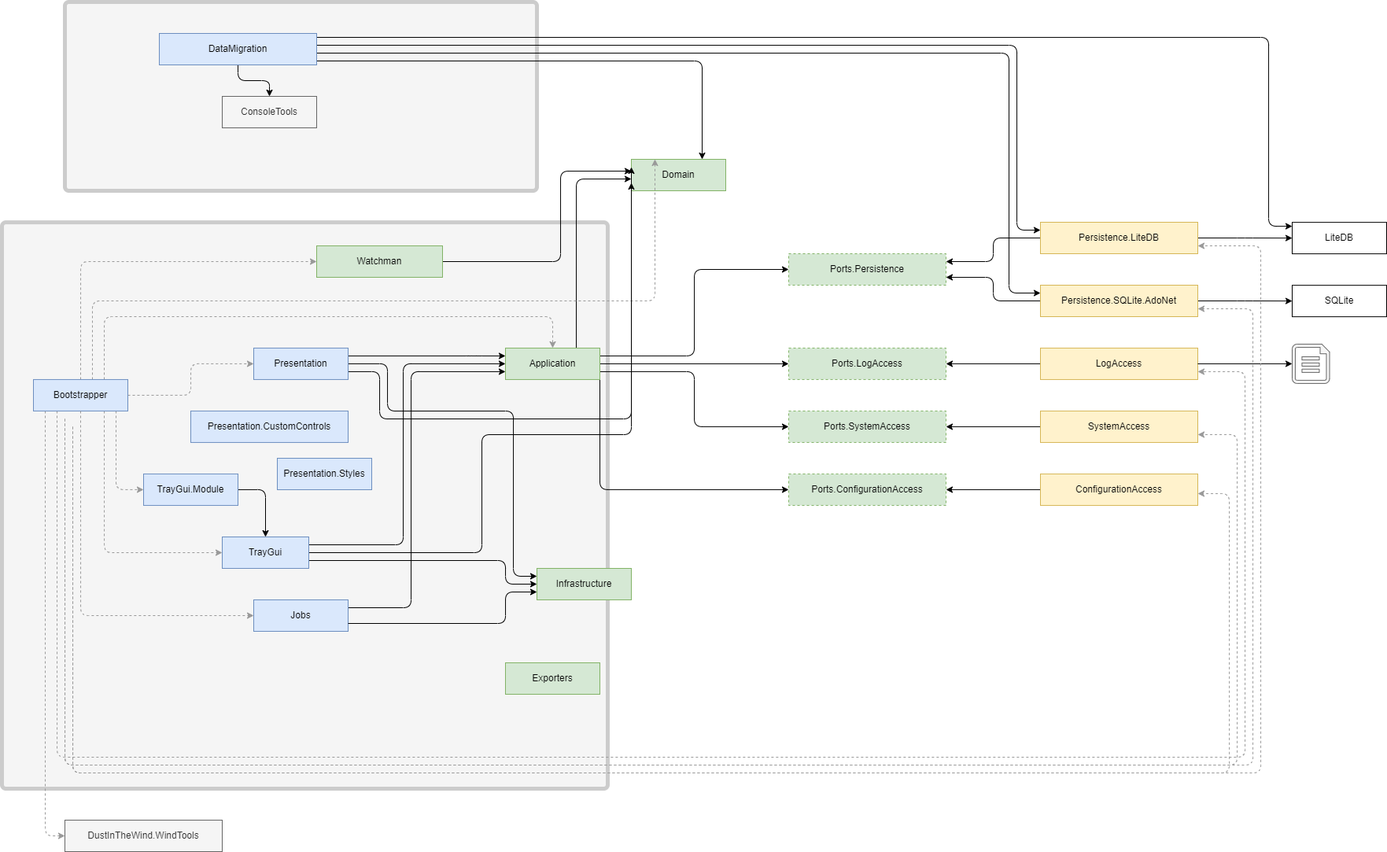
Earlier version of the draw.io export doc/architecture.drawio.png (lastunicorn/active-time). Source tidied: cells renumbered, new cells last; positions are measured from the earlier drawing's top-left corner, leaving out a move shared by most shapes.
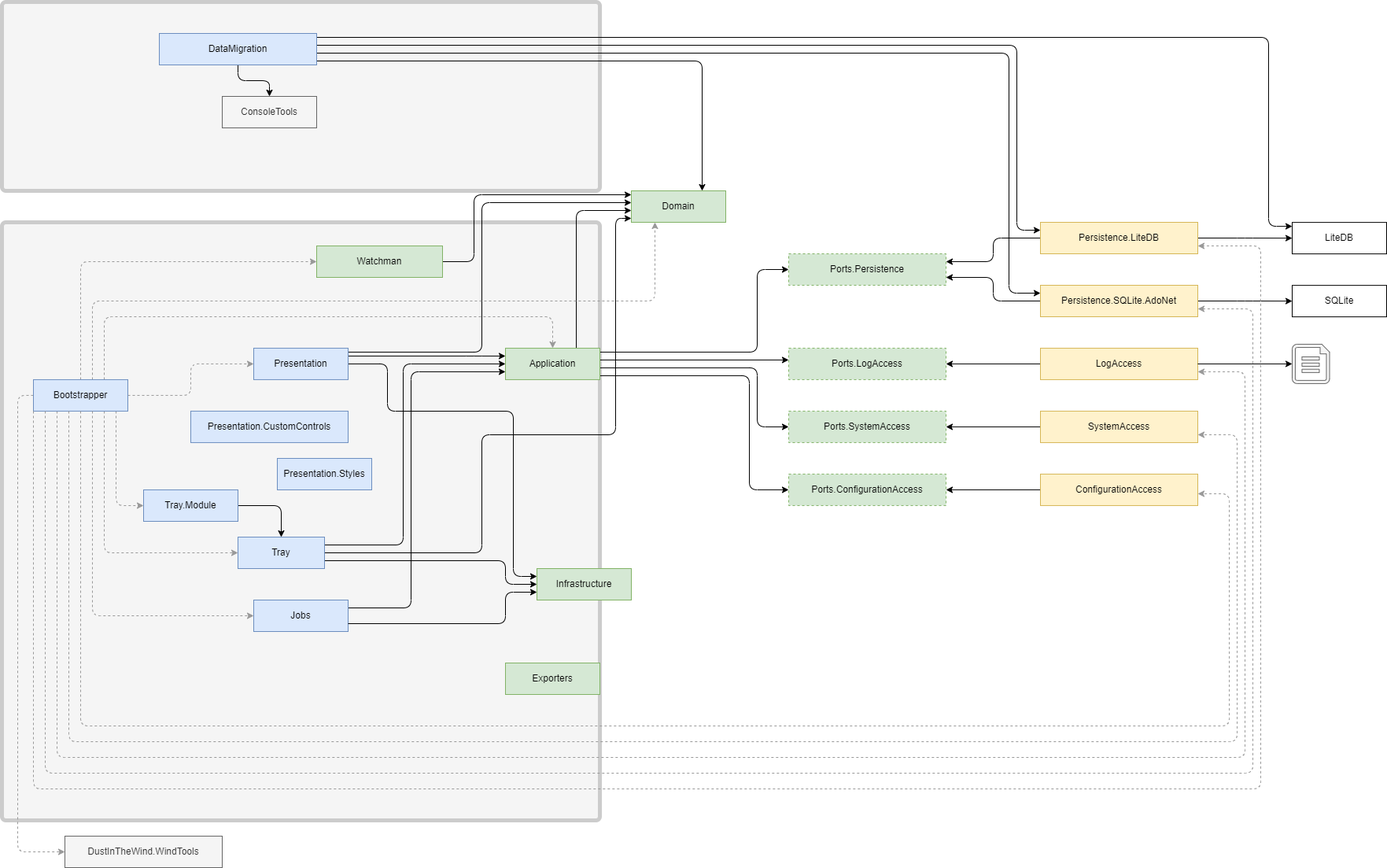
The same diagram one commit later.

Change to the diagram source:
```diff
@@ -3,25 +3,40 @@
     <mxCell id="0" />
     <mxCell id="1" parent="0" />
     <mxCell id="2" style="rounded=1;whiteSpace=wrap;html=1;fillColor=#f5f5f5;fontColor=#333333;strokeColor=#CCCCCC;arcSize=10;absoluteArcSize=1;strokeWidth=5;" parent="1" vertex="1">
-      <mxGeometry y="280.1" width="770" height="719.9" as="geometry" />
+      <mxGeometry y="280" width="760" height="760" as="geometry" />
     </mxCell>
     <mxCell id="3" style="rounded=1;whiteSpace=wrap;html=1;fillColor=#f5f5f5;fontColor=#333333;strokeColor=#CCCCCC;arcSize=10;absoluteArcSize=1;strokeWidth=5;" parent="1" vertex="1">
-      <mxGeometry x="80" width="600" height="240" as="geometry" />
+      <mxGeometry width="760" height="240" as="geometry" />
     </mxCell>
-    <mxCell id="4" style="edgeStyle=orthogonalEdgeStyle;rounded=1;jettySize=auto;html=1;exitX=1;exitY=0.5;exitDx=0;exitDy=0;entryX=0;entryY=0.5;entryDx=0;entryDy=0;" parent="1" edge="1" source="31" target="56">
+    <mxCell id="4" style="edgeStyle=orthogonalEdgeStyle;rounded=1;jettySize=auto;html=1;exitX=1;exitY=0.375;exitDx=0;exitDy=0;entryX=0;entryY=0.375;entryDx=0;entryDy=0;" parent="1" edge="1" source="31" target="56">
       <mxGeometry relative="1" as="geometry" />
     </mxCell>
-    <mxCell id="5" style="edgeStyle=orthogonalEdgeStyle;rounded=1;jettySize=auto;html=1;exitX=1;exitY=0.25;exitDx=0;exitDy=0;entryX=0;entryY=0.5;entryDx=0;entryDy=0;" parent="1" edge="1" source="31" target="57">
-      <mxGeometry relative="1" as="geometry" />
+    <mxCell id="5" style="edgeStyle=orthogonalEdgeStyle;rounded=1;jettySize=auto;html=1;exitX=1;exitY=0.125;exitDx=0;exitDy=0;entryX=0;entryY=0.5;entryDx=0;entryDy=0;" parent="1" edge="1" source="31" target="57">
+      <mxGeometry relative="1" as="geometry">
+        <Array as="points">
+          <mxPoint x="960" y="445" />
+          <mxPoint x="960" y="340" />
+        </Array>
+      </mxGeometry>
     </mxCell>
-    <mxCell id="6" style="edgeStyle=orthogonalEdgeStyle;rounded=1;jettySize=auto;html=1;exitX=1;exitY=0.75;exitDx=0;exitDy=0;entryX=0;entryY=0.5;entryDx=0;entryDy=0;" parent="1" edge="1" source="31" target="60">
-      <mxGeometry relative="1" as="geometry" />
+    <mxCell id="6" style="edgeStyle=orthogonalEdgeStyle;rounded=1;jettySize=auto;html=1;exitX=1;exitY=0.625;exitDx=0;exitDy=0;entryX=0;entryY=0.5;entryDx=0;entryDy=0;" parent="1" edge="1" source="31" target="60">
+      <mxGeometry relative="1" as="geometry">
+        <Array as="points">
+          <mxPoint x="960" y="465" />
+          <mxPoint x="960" y="540" />
+        </Array>
+      </mxGeometry>
     </mxCell>
-    <mxCell id="7" style="edgeStyle=orthogonalEdgeStyle;rounded=1;jettySize=auto;html=1;exitX=1;exitY=1;exitDx=0;exitDy=0;entryX=0;entryY=0.5;entryDx=0;entryDy=0;" parent="1" edge="1" source="31" target="61">
-      <mxGeometry relative="1" as="geometry" />
+    <mxCell id="7" style="edgeStyle=orthogonalEdgeStyle;rounded=1;jettySize=auto;html=1;exitX=1;exitY=0.875;exitDx=0;exitDy=0;entryX=0;entryY=0.5;entryDx=0;entryDy=0;" parent="1" edge="1" source="31" target="61">
+      <mxGeometry relative="1" as="geometry">
+        <Array as="points">
+          <mxPoint x="950" y="475" />
+          <mxPoint x="950" y="620" />
+        </Array>
+      </mxGeometry>
     </mxCell>
     <mxCell id="8" value="Domain" style="rounded=0;whiteSpace=wrap;html=1;points=[&#10;[0,0],[0.125,0],[0.25,0],[0.375,0],[0.5,0],[0.625,0],[0.75,0],[0.875,0],&#10;[1,0],[1,0.125],[1,0.25],[1,0.375],[1,0.5],[1,0.625],[1,0.75],[1,0.875],&#10;[1,1],[0.875,1],[0.75,1],[0.625,1],[0.5,1],[0.375,1],[0.25,1],[0.125,1],&#10;[0,1],[0,0.875],[0,0.75],[0,0.625],[0,0.5],[0,0.375],[0,0.25],[0,0.125]&#10;];fillColor=#d5e8d4;strokeColor=#82b366;" parent="1" vertex="1">
-      <mxGeometry x="800" y="200" width="120" height="40" as="geometry" />
+      <mxGeometry x="800" y="240" width="120" height="40" as="geometry" />
     </mxCell>
     <mxCell id="9" style="edgeStyle=orthogonalEdgeStyle;rounded=1;jettySize=auto;html=1;exitX=0;exitY=0.5;exitDx=0;exitDy=0;entryX=1;entryY=0.5;entryDx=0;entryDy=0;" parent="1" edge="1" source="10" target="56">
       <mxGeometry relative="1" as="geometry" />
@@ -101,11 +116,11 @@
         </Array>
       </mxGeometry>
     </mxCell>
-    <mxCell id="27" style="edgeStyle=orthogonalEdgeStyle;rounded=1;jettySize=auto;html=1;exitX=1;exitY=0.75;exitDx=0;exitDy=0;entryX=0;entryY=0.25;entryDx=0;entryDy=0;" parent="1" edge="1" source="29" target="8">
+    <mxCell id="27" style="edgeStyle=orthogonalEdgeStyle;rounded=1;jettySize=auto;html=1;exitX=1;exitY=0.125;exitDx=0;exitDy=0;entryX=0;entryY=0.375;entryDx=0;entryDy=0;" parent="1" edge="1" source="29" target="8">
       <mxGeometry relative="1" as="geometry">
         <Array as="points">
-          <mxPoint x="480" y="470" />
-          <mxPoint x="480" y="530" />
+          <mxPoint x="610" y="445" />
+          <mxPoint x="610" y="255" />
         </Array>
       </mxGeometry>
     </mxCell>
@@ -136,7 +151,7 @@
         </Array>
       </mxGeometry>
     </mxCell>
-    <mxCell id="33" style="edgeStyle=orthogonalEdgeStyle;rounded=1;jettySize=auto;html=1;exitX=0.625;exitY=0;exitDx=0;exitDy=0;entryX=0.25;entryY=0;entryDx=0;entryDy=0;dashed=1;strokeColor=#999999;" parent="1" edge="1" source="40" target="8">
+    <mxCell id="33" style="edgeStyle=orthogonalEdgeStyle;rounded=1;jettySize=auto;html=1;exitX=0.625;exitY=0;exitDx=0;exitDy=0;entryX=0.25;entryY=1;entryDx=0;entryDy=0;dashed=1;strokeColor=#999999;" parent="1" edge="1" source="40" target="8">
       <mxGeometry relative="1" as="geometry">
         <Array as="points">
           <mxPoint x="115" y="380" />
@@ -159,7 +174,7 @@
     <mxCell id="36" style="edgeStyle=orthogonalEdgeStyle;rounded=1;jettySize=auto;html=1;exitX=0.5;exitY=0;exitDx=0;exitDy=0;entryX=0;entryY=0.5;entryDx=0;entryDy=0;dashed=1;strokeColor=#999999;" parent="1" edge="1" source="40" target="48">
       <mxGeometry relative="1" as="geometry" />
     </mxCell>
-    <mxCell id="37" style="edgeStyle=orthogonalEdgeStyle;rounded=1;jettySize=auto;html=1;exitX=0.125;exitY=1;exitDx=0;exitDy=0;entryX=0;entryY=0.5;entryDx=0;entryDy=0;dashed=1;strokeColor=#999999;" parent="1" edge="1" source="40" target="50">
+    <mxCell id="37" style="edgeStyle=orthogonalEdgeStyle;rounded=1;jettySize=auto;html=1;exitX=0;exitY=0.5;exitDx=0;exitDy=0;entryX=0;entryY=0.5;entryDx=0;entryDy=0;dashed=1;strokeColor=#999999;" parent="1" edge="1" source="40" target="50">
       <mxGeometry relative="1" as="geometry" />
     </mxCell>
     <mxCell id="38" style="edgeStyle=orthogonalEdgeStyle;rounded=1;jettySize=auto;html=1;exitX=0.875;exitY=1;exitDx=0;exitDy=0;entryX=0;entryY=0.5;entryDx=0;entryDy=0;dashed=1;strokeColor=#999999;" parent="1" edge="1" source="40" target="52">
@@ -171,11 +186,13 @@
     <mxCell id="40" value="Bootstrapper" style="rounded=0;whiteSpace=wrap;html=1;points=[&#10;[0,0],[0.125,0],[0.25,0],[0.375,0],[0.5,0],[0.625,0],[0.75,0],[0.875,0],&#10;[1,0],[1,0.125],[1,0.25],[1,0.375],[1,0.5],[1,0.625],[1,0.75],[1,0.875],&#10;[1,1],[0.875,1],[0.75,1],[0.625,1],[0.5,1],[0.375,1],[0.25,1],[0.125,1],&#10;[0,1],[0,0.875],[0,0.75],[0,0.625],[0,0.5],[0,0.375],[0,0.25],[0,0.125]&#10;];fillColor=#dae8fc;strokeColor=#6c8ebf;" parent="1" vertex="1">
       <mxGeometry x="40" y="479.9" width="120" height="40" as="geometry" />
     </mxCell>
-    <mxCell id="41" style="edgeStyle=orthogonalEdgeStyle;rounded=1;jettySize=auto;html=1;exitX=1;exitY=0.5;exitDx=0;exitDy=0;entryX=0;entryY=0.75;entryDx=0;entryDy=0;" parent="1" edge="1" source="44" target="8">
+    <mxCell id="41" style="edgeStyle=orthogonalEdgeStyle;rounded=1;jettySize=auto;html=1;exitX=1;exitY=0.5;exitDx=0;exitDy=0;entryX=0;entryY=0.875;entryDx=0;entryDy=0;" parent="1" edge="1" source="44" target="8">
       <mxGeometry relative="1" as="geometry">
         <Array as="points">
           <mxPoint x="610" y="700" />
           <mxPoint x="610" y="550" />
+          <mxPoint x="780" y="550" />
+          <mxPoint x="780" y="275" />
         </Array>
       </mxGeometry>
     </mxCell>
@@ -195,8 +212,8 @@
         </Array>
       </mxGeometry>
     </mxCell>
-    <mxCell id="44" value="TrayGui" style="rounded=0;whiteSpace=wrap;html=1;points=[&#10;[0,0],[0.125,0],[0.25,0],[0.375,0],[0.5,0],[0.625,0],[0.75,0],[0.875,0],&#10;[1,0],[1,0.125],[1,0.25],[1,0.375],[1,0.5],[1,0.625],[1,0.75],[1,0.875],&#10;[1,1],[0.875,1],[0.75,1],[0.625,1],[0.5,1],[0.375,1],[0.25,1],[0.125,1],&#10;[0,1],[0,0.875],[0,0.75],[0,0.625],[0,0.5],[0,0.375],[0,0.25],[0,0.125]&#10;];fillColor=#dae8fc;strokeColor=#6c8ebf;" parent="1" vertex="1">
-      <mxGeometry x="280" y="680" width="110" height="40" as="geometry" />
+    <mxCell id="44" value="Tray" style="rounded=0;whiteSpace=wrap;html=1;points=[&#10;[0,0],[0.125,0],[0.25,0],[0.375,0],[0.5,0],[0.625,0],[0.75,0],[0.875,0],&#10;[1,0],[1,0.125],[1,0.25],[1,0.375],[1,0.5],[1,0.625],[1,0.75],[1,0.875],&#10;[1,1],[0.875,1],[0.75,1],[0.625,1],[0.5,1],[0.375,1],[0.25,1],[0.125,1],&#10;[0,1],[0,0.875],[0,0.75],[0,0.625],[0,0.5],[0,0.375],[0,0.25],[0,0.125]&#10;];fillColor=#dae8fc;strokeColor=#6c8ebf;" parent="1" vertex="1">
+      <mxGeometry x="300" y="680" width="110" height="40" as="geometry" />
     </mxCell>
     <mxCell id="45" style="edgeStyle=orthogonalEdgeStyle;rounded=1;jettySize=auto;html=1;exitX=1;exitY=0.25;exitDx=0;exitDy=0;entryX=0;entryY=0.75;entryDx=0;entryDy=0;" parent="1" edge="1" source="46" target="31">
       <mxGeometry relative="1" as="geometry">
@@ -209,11 +226,11 @@
     <mxCell id="46" value="Jobs" style="rounded=0;whiteSpace=wrap;html=1;points=[&#10;[0,0],[0.125,0],[0.25,0],[0.375,0],[0.5,0],[0.625,0],[0.75,0],[0.875,0],&#10;[1,0],[1,0.125],[1,0.25],[1,0.375],[1,0.5],[1,0.625],[1,0.75],[1,0.875],&#10;[1,1],[0.875,1],[0.75,1],[0.625,1],[0.5,1],[0.375,1],[0.25,1],[0.125,1],&#10;[0,1],[0,0.875],[0,0.75],[0,0.625],[0,0.5],[0,0.375],[0,0.25],[0,0.125]&#10;];fillColor=#dae8fc;strokeColor=#6c8ebf;" parent="1" vertex="1">
       <mxGeometry x="320" y="760" width="120" height="40" as="geometry" />
     </mxCell>
-    <mxCell id="47" style="edgeStyle=orthogonalEdgeStyle;rounded=1;jettySize=auto;html=1;exitX=1;exitY=0.5;exitDx=0;exitDy=0;entryX=0;entryY=0.375;entryDx=0;entryDy=0;" parent="1" edge="1" source="48" target="8">
+    <mxCell id="47" style="edgeStyle=orthogonalEdgeStyle;rounded=1;jettySize=auto;html=1;exitX=1;exitY=0.5;exitDx=0;exitDy=0;entryX=0;entryY=0.125;entryDx=0;entryDy=0;" parent="1" edge="1" source="48" target="8">
       <mxGeometry relative="1" as="geometry">
         <Array as="points">
-          <mxPoint x="710" y="330" />
-          <mxPoint x="710" y="215" />
+          <mxPoint x="600" y="330" />
+          <mxPoint x="600" y="245" />
         </Array>
       </mxGeometry>
     </mxCell>
@@ -224,13 +241,13 @@
       <mxGeometry x="640" y="840" width="120" height="40" as="geometry" />
     </mxCell>
     <mxCell id="50" value="DustInTheWind.WindTools" style="rounded=0;whiteSpace=wrap;html=1;points=[&#10;[0,0],[0.125,0],[0.25,0],[0.375,0],[0.5,0],[0.625,0],[0.75,0],[0.875,0],&#10;[1,0],[1,0.125],[1,0.25],[1,0.375],[1,0.5],[1,0.625],[1,0.75],[1,0.875],&#10;[1,1],[0.875,1],[0.75,1],[0.625,1],[0.5,1],[0.375,1],[0.25,1],[0.125,1],&#10;[0,1],[0,0.875],[0,0.75],[0,0.625],[0,0.5],[0,0.375],[0,0.25],[0,0.125]&#10;];fillColor=#f5f5f5;strokeColor=#666666;fontColor=#333333;" parent="1" vertex="1">
-      <mxGeometry x="80" y="1040" width="200" height="40" as="geometry" />
+      <mxGeometry x="80" y="1060" width="200" height="40" as="geometry" />
     </mxCell>
     <mxCell id="51" style="edgeStyle=orthogonalEdgeStyle;rounded=1;jettySize=auto;html=1;exitX=1;exitY=0.5;exitDx=0;exitDy=0;entryX=0.5;entryY=0;entryDx=0;entryDy=0;" parent="1" edge="1" source="52" target="44">
       <mxGeometry relative="1" as="geometry" />
     </mxCell>
-    <mxCell id="52" value="TrayGui.Module" style="rounded=0;whiteSpace=wrap;html=1;points=[&#10;[0,0],[0.125,0],[0.25,0],[0.375,0],[0.5,0],[0.625,0],[0.75,0],[0.875,0],&#10;[1,0],[1,0.125],[1,0.25],[1,0.375],[1,0.5],[1,0.625],[1,0.75],[1,0.875],&#10;[1,1],[0.875,1],[0.75,1],[0.625,1],[0.5,1],[0.375,1],[0.25,1],[0.125,1],&#10;[0,1],[0,0.875],[0,0.75],[0,0.625],[0,0.5],[0,0.375],[0,0.25],[0,0.125]&#10;];fillColor=#dae8fc;strokeColor=#6c8ebf;" parent="1" vertex="1">
-      <mxGeometry x="180" y="599.9" width="120" height="40" as="geometry" />
+    <mxCell id="52" value="Tray.Module" style="rounded=0;whiteSpace=wrap;html=1;points=[&#10;[0,0],[0.125,0],[0.25,0],[0.375,0],[0.5,0],[0.625,0],[0.75,0],[0.875,0],&#10;[1,0],[1,0.125],[1,0.25],[1,0.375],[1,0.5],[1,0.625],[1,0.75],[1,0.875],&#10;[1,1],[0.875,1],[0.75,1],[0.625,1],[0.5,1],[0.375,1],[0.25,1],[0.125,1],&#10;[0,1],[0,0.875],[0,0.75],[0,0.625],[0,0.5],[0,0.375],[0,0.25],[0,0.125]&#10;];fillColor=#dae8fc;strokeColor=#6c8ebf;" parent="1" vertex="1">
+      <mxGeometry x="180" y="620" width="120" height="40" as="geometry" />
     </mxCell>
     <mxCell id="53" value="Infrastructure" style="rounded=0;whiteSpace=wrap;html=1;points=[&#10;[0,0],[0.125,0],[0.25,0],[0.375,0],[0.5,0],[0.625,0],[0.75,0],[0.875,0],&#10;[1,0],[1,0.125],[1,0.25],[1,0.375],[1,0.5],[1,0.625],[1,0.75],[1,0.875],&#10;[1,1],[0.875,1],[0.75,1],[0.625,1],[0.5,1],[0.375,1],[0.25,1],[0.125,1],&#10;[0,1],[0,0.875],[0,0.75],[0,0.625],[0,0.5],[0,0.375],[0,0.25],[0,0.125]&#10;];fillColor=#d5e8d4;strokeColor=#82b366;" parent="1" vertex="1">
       <mxGeometry x="680" y="720" width="120" height="40" as="geometry" />
@@ -243,7 +260,7 @@
         </Array>
       </mxGeometry>
     </mxCell>
-    <mxCell id="55" style="edgeStyle=orthogonalEdgeStyle;rounded=1;jettySize=auto;html=1;exitX=0.5;exitY=1;exitDx=0;exitDy=0;entryX=0;entryY=0.5;entryDx=0;entryDy=0;dashed=1;strokeColor=#999999;" parent="1" edge="1" source="40" target="46">
+    <mxCell id="55" style="edgeStyle=orthogonalEdgeStyle;rounded=1;jettySize=auto;html=1;exitX=0.625;exitY=1;exitDx=0;exitDy=0;entryX=0;entryY=0.5;entryDx=0;entryDy=0;dashed=1;strokeColor=#999999;" parent="1" edge="1" source="40" target="46">
       <mxGeometry relative="1" as="geometry" />
     </mxCell>
     <mxCell id="56" value="Ports.LogAccess" style="rounded=0;whiteSpace=wrap;html=1;points=[&#10;[0,0],[0.125,0],[0.25,0],[0.375,0],[0.5,0],[0.625,0],[0.75,0],[0.875,0],&#10;[1,0],[1,0.125],[1,0.25],[1,0.375],[1,0.5],[1,0.625],[1,0.75],[1,0.875],&#10;[1,1],[0.875,1],[0.75,1],[0.625,1],[0.5,1],[0.375,1],[0.25,1],[0.125,1],&#10;[0,1],[0,0.875],[0,0.75],[0,0.625],[0,0.5],[0,0.375],[0,0.25],[0,0.125]&#10;];fillColor=#d5e8d4;strokeColor=#82b366;dashed=1;" parent="1" vertex="1">
@@ -282,42 +299,38 @@
     <mxCell id="67" value="Presentation.Styles" style="rounded=0;whiteSpace=wrap;html=1;fillColor=#dae8fc;strokeColor=#6c8ebf;" parent="1" vertex="1">
       <mxGeometry x="350" y="580" width="120" height="40" as="geometry" />
     </mxCell>
-    <mxCell id="68" style="edgeStyle=orthogonalEdgeStyle;rounded=1;jettySize=auto;html=1;exitX=0.25;exitY=1;exitDx=0;exitDy=0;entryX=1;entryY=0.75;entryDx=0;entryDy=0;dashed=1;strokeColor=#999999;" parent="1" edge="1" target="16">
+    <mxCell id="68" style="edgeStyle=orthogonalEdgeStyle;rounded=1;jettySize=auto;html=1;exitX=0.125;exitY=1;exitDx=0;exitDy=0;entryX=1;entryY=0.75;entryDx=0;entryDy=0;dashed=1;strokeColor=#999999;" parent="1" edge="1" source="40" target="16">
       <mxGeometry relative="1" as="geometry">
-        <mxPoint x="80" y="530" as="sourcePoint" />
         <Array as="points">
-          <mxPoint x="80" y="970" />
-          <mxPoint x="1590" y="970" />
+          <mxPoint x="55" y="980" />
+          <mxPoint x="1590" y="980" />
           <mxPoint x="1590" y="390" />
         </Array>
       </mxGeometry>
     </mxCell>
-    <mxCell id="69" style="edgeStyle=orthogonalEdgeStyle;rounded=1;jettySize=auto;html=1;exitX=0.25;exitY=1;exitDx=0;exitDy=0;entryX=1;entryY=0.75;entryDx=0;entryDy=0;dashed=1;strokeColor=#999999;" parent="1" edge="1" target="13">
+    <mxCell id="69" style="edgeStyle=orthogonalEdgeStyle;rounded=1;jettySize=auto;html=1;exitX=0;exitY=1;exitDx=0;exitDy=0;entryX=1;entryY=0.75;entryDx=0;entryDy=0;dashed=1;strokeColor=#999999;" parent="1" edge="1" source="40" target="13">
       <mxGeometry relative="1" as="geometry">
-        <mxPoint x="90" y="540" as="sourcePoint" />
         <Array as="points">
-          <mxPoint x="90" y="980" />
-          <mxPoint x="1600" y="980" />
+          <mxPoint x="40" y="1000" />
+          <mxPoint x="1600" y="1000" />
           <mxPoint x="1600" y="310" />
         </Array>
       </mxGeometry>
     </mxCell>
-    <mxCell id="70" style="edgeStyle=orthogonalEdgeStyle;rounded=1;jettySize=auto;html=1;exitX=0.25;exitY=1;exitDx=0;exitDy=0;entryX=1;entryY=0.75;entryDx=0;entryDy=0;dashed=1;strokeColor=#999999;" parent="1" edge="1" target="63">
+    <mxCell id="70" style="edgeStyle=orthogonalEdgeStyle;rounded=1;jettySize=auto;html=1;exitX=0.375;exitY=1;exitDx=0;exitDy=0;entryX=1;entryY=0.75;entryDx=0;entryDy=0;dashed=1;strokeColor=#999999;" parent="1" edge="1" source="40" target="63">
       <mxGeometry relative="1" as="geometry">
-        <mxPoint x="80" y="530" as="sourcePoint" />
         <Array as="points">
-          <mxPoint x="80" y="970" />
-          <mxPoint x="1570" y="970" />
+          <mxPoint x="85" y="940" />
+          <mxPoint x="1570" y="940" />
           <mxPoint x="1570" y="550" />
         </Array>
       </mxGeometry>
     </mxCell>
-    <mxCell id="71" style="edgeStyle=orthogonalEdgeStyle;rounded=1;jettySize=auto;html=1;exitX=0.25;exitY=1;exitDx=0;exitDy=0;entryX=1;entryY=0.625;entryDx=0;entryDy=0;dashed=1;strokeColor=#999999;" parent="1" edge="1" target="65">
+    <mxCell id="71" style="edgeStyle=orthogonalEdgeStyle;rounded=1;jettySize=auto;html=1;exitX=0.5;exitY=1;exitDx=0;exitDy=0;entryX=1;entryY=0.625;entryDx=0;entryDy=0;dashed=1;strokeColor=#999999;" parent="1" edge="1" source="40" target="65">
       <mxGeometry relative="1" as="geometry">
-        <mxPoint x="90" y="540" as="sourcePoint" />
         <Array as="points">
-          <mxPoint x="90" y="980" />
-          <mxPoint x="1560" y="980" />
+          <mxPoint x="100" y="920" />
+          <mxPoint x="1560" y="920" />
           <mxPoint x="1560" y="625" />
         </Array>
       </mxGeometry>
```
